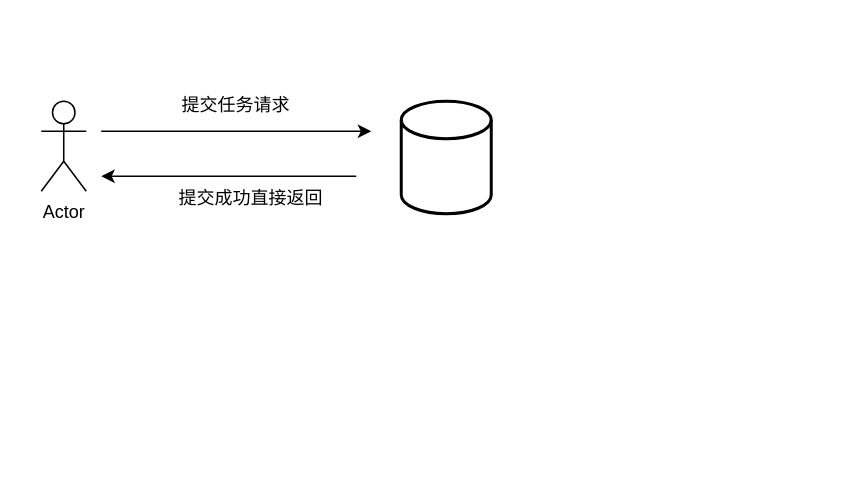
The draw.io diagram 异步任务处理.drawio in atmrrr/drawio2, before the edit. Source tidied: cells renumbered, new cells numbered last; positions are measured from the earlier drawing's top-left corner, leaving out a move shared by most shapes. Both pictures are drawn from the tidied source at 150%, with x=0, y=0 at pixel (40, 70).
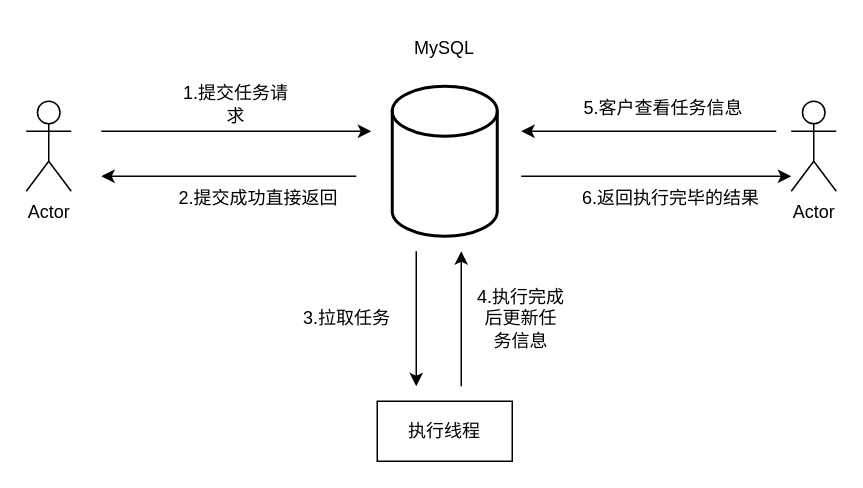
Above is the later version.

Commit message:
更新异步任务处理.drawio

Diff of the diagram source:
```diff
@@
     <mxCell id="2" value="Actor" style="shape=umlActor;verticalLabelPosition=bottom;verticalAlign=top;html=1;" parent="1" vertex="1">
-      <mxGeometry y="20" width="30" height="60" as="geometry" />
+      <mxGeometry x="-10" y="20" width="30" height="60" as="geometry" />
     </mxCell>
     <mxCell id="3" style="strokeWidth=2;html=1;shape=mxgraph.flowchart.database;whiteSpace=wrap;" parent="1" vertex="1">
-      <mxGeometry x="240" y="20" width="60" height="75" as="geometry" />
+      <mxGeometry x="234" y="10" width="70" height="100" as="geometry" />
     </mxCell>
-    <mxCell id="4" value="&lt;br&gt;提交任务请求" style="text;html=1;whiteSpace=wrap;strokeColor=none;fillColor=none;align=center;verticalAlign=middle;rounded=0;" parent="1" vertex="1">
+    <mxCell id="4" value="&lt;br&gt;1.提交任务请求" style="text;html=1;whiteSpace=wrap;strokeColor=none;fillColor=none;align=center;verticalAlign=middle;rounded=0;" parent="1" vertex="1">
       <mxGeometry x="90" width="80" height="30" as="geometry" />
     </mxCell>
@@
-    <mxCell id="7" value="提交成功直接返回" style="text;html=1;whiteSpace=wrap;strokeColor=none;fillColor=none;align=center;verticalAlign=middle;rounded=0;" parent="1" vertex="1">
-      <mxGeometry x="90" y="70" width="100" height="30" as="geometry" />
+    <mxCell id="7" value="2.提交成功直接返回" style="text;html=1;whiteSpace=wrap;strokeColor=none;fillColor=none;align=center;verticalAlign=middle;rounded=0;" parent="1" vertex="1">
+      <mxGeometry x="90" y="70" width="110" height="30" as="geometry" />
     </mxCell>
+    <mxCell id="8" value="MySQL" style="text;html=1;whiteSpace=wrap;strokeColor=none;fillColor=none;align=center;verticalAlign=middle;rounded=0;" parent="1" vertex="1">
+      <mxGeometry x="239" y="-30" width="60" height="30" as="geometry" />
+    </mxCell>
+    <mxCell id="9" value="执行线程" style="rounded=0;whiteSpace=wrap;html=1;" parent="1" vertex="1">
+      <mxGeometry x="224" y="220" width="90" height="40" as="geometry" />
+    </mxCell>
+    <mxCell id="10" style="endArrow=classic;html=1;rounded=0;" parent="1" edge="1">
+      <mxGeometry relative="1" as="geometry">
+        <mxPoint x="250" y="120" as="sourcePoint" />
+        <mxPoint x="250" y="210" as="targetPoint" />
+      </mxGeometry>
+    </mxCell>
+    <mxCell id="11" value="3.拉取任务" style="text;html=1;whiteSpace=wrap;strokeColor=none;fillColor=none;align=center;verticalAlign=middle;rounded=0;" parent="1" vertex="1">
+      <mxGeometry x="174" y="150" width="60" height="30" as="geometry" />
+    </mxCell>
+    <mxCell id="12" style="endArrow=classic;html=1;rounded=0;" parent="1" edge="1">
+      <mxGeometry relative="1" as="geometry">
+        <mxPoint x="280" y="210" as="sourcePoint" />
+        <mxPoint x="280" y="120" as="targetPoint" />
+      </mxGeometry>
+    </mxCell>
+    <mxCell id="13" value="4.执行完成后更新任务信息" style="text;html=1;whiteSpace=wrap;strokeColor=none;fillColor=none;align=center;verticalAlign=middle;rounded=0;" parent="1" vertex="1">
+      <mxGeometry x="290" y="140" width="60" height="50" as="geometry" />
+    </mxCell>
+    <mxCell id="14" style="endArrow=classic;html=1;rounded=0;" parent="1" edge="1">
+      <mxGeometry relative="1" as="geometry">
+        <mxPoint x="490" y="40" as="sourcePoint" />
+        <mxPoint x="320" y="40" as="targetPoint" />
+      </mxGeometry>
+    </mxCell>
+    <mxCell id="15" style="endArrow=classic;html=1;rounded=0;" parent="1" edge="1">
+      <mxGeometry relative="1" as="geometry">
+        <mxPoint x="320" y="70" as="sourcePoint" />
+        <mxPoint x="500" y="70" as="targetPoint" />
+      </mxGeometry>
+    </mxCell>
+    <mxCell id="16" value="Actor" style="shape=umlActor;verticalLabelPosition=bottom;verticalAlign=top;html=1;" parent="1" vertex="1">
+      <mxGeometry x="500" y="20" width="30" height="60" as="geometry" />
+    </mxCell>
+    <mxCell id="17" value="5.客户查看任务信息" style="text;html=1;whiteSpace=wrap;strokeColor=none;fillColor=none;align=center;verticalAlign=middle;rounded=0;" parent="1" vertex="1">
+      <mxGeometry x="360" y="10" width="110" height="30" as="geometry" />
+    </mxCell>
+    <mxCell id="18" value="6.返回执行完毕的结果" style="text;html=1;whiteSpace=wrap;strokeColor=none;fillColor=none;align=center;verticalAlign=middle;rounded=0;" parent="1" vertex="1">
+      <mxGeometry x="360" y="70" width="120" height="30" as="geometry" />
+    </mxCell>
```
